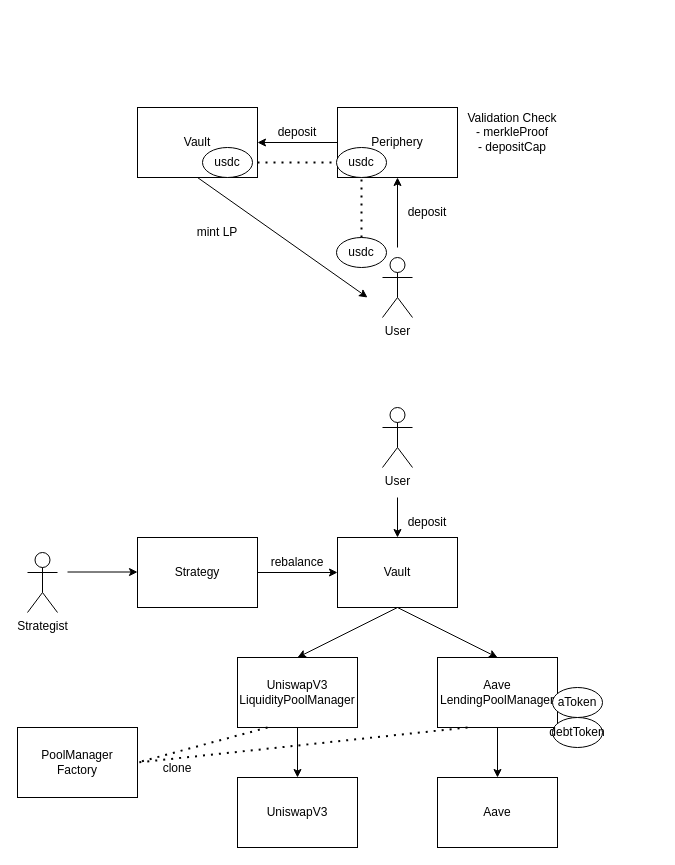
Earlier version of the draw.io diagram page "Overview" (1 of 2) of contracts/overview.drawio (orange-finance/alpha-contract). Source tidied: cells renumbered, new cells numbered last; positions are measured from the earlier drawing's top-left corner, leaving out a move shared by most shapes. Both pictures are drawn from the tidied source at 100%, with x=0, y=0 at pixel (17, 107).
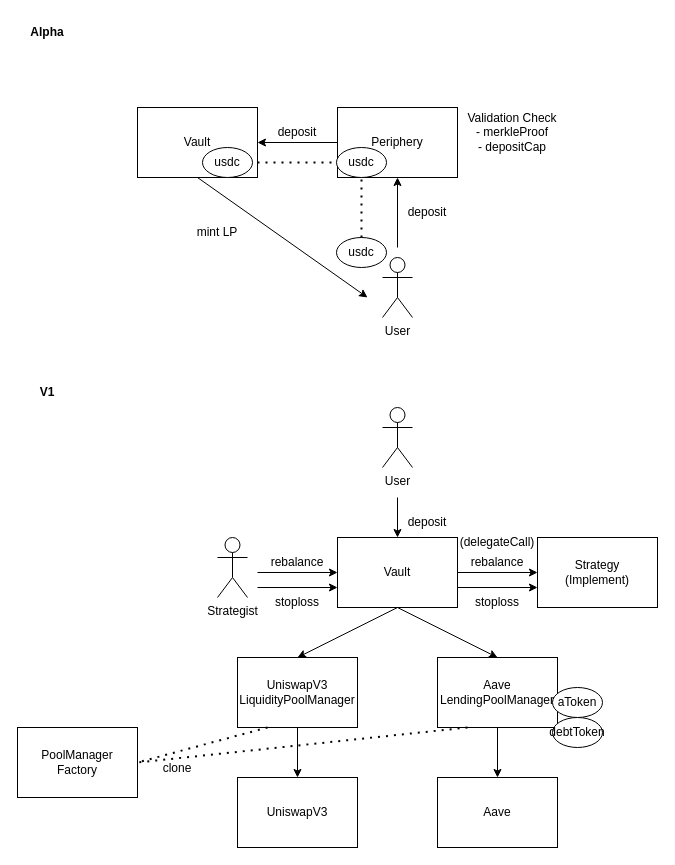
Above is the later version.

The change refers to these unchanged cells:
```xml
<mxCell id="24" value="Vault" style="rounded=0;whiteSpace=wrap;html=1;" parent="1" vertex="1">
  <mxGeometry x="320" y="430" width="120" height="70" as="geometry" />
</mxCell>
```

Diff of the diagram source:
```diff
@@
-    <mxCell id="23" value="Strategy" style="rounded=0;whiteSpace=wrap;html=1;" parent="1" vertex="1">
-      <mxGeometry x="120" y="430" width="120" height="70" as="geometry" />
-    </mxCell>
@@
-    <mxCell id="28" style="endArrow=classic;html=1;entryX=0;entryY=0.5;entryDx=0;entryDy=0;exitX=1;exitY=0.5;exitDx=0;exitDy=0;" parent="1" edge="1" source="23" target="24">
-      <mxGeometry relative="1" as="geometry" />
+    <mxCell id="28" style="endArrow=classic;html=1;entryX=0;entryY=0.5;entryDx=0;entryDy=0;exitX=1;exitY=0.5;exitDx=0;exitDy=0;" parent="1" edge="1" target="24">
+      <mxGeometry relative="1" as="geometry">
+        <mxPoint x="240" y="465" as="sourcePoint" />
+      </mxGeometry>
     </mxCell>
@@
     <mxCell id="31" value="Strategist" style="shape=umlActor;verticalLabelPosition=bottom;verticalAlign=top;html=1;" parent="1" vertex="1">
-      <mxGeometry x="10" y="445" width="30" height="60" as="geometry" />
+      <mxGeometry x="200" y="430" width="30" height="60" as="geometry" />
     </mxCell>
@@
-    <mxCell id="35" style="endArrow=classic;html=1;" parent="1" edge="1">
-      <mxGeometry relative="1" as="geometry">
-        <mxPoint x="50" y="464.5" as="sourcePoint" />
-        <mxPoint x="120" y="464.5" as="targetPoint" />
-      </mxGeometry>
-    </mxCell>
@@
+    <mxCell id="50" value="V1" style="text;html=1;strokeColor=none;fillColor=none;align=center;verticalAlign=middle;whiteSpace=wrap;rounded=0;fontStyle=1;" parent="1" vertex="1">
+      <mxGeometry y="270" width="60" height="30" as="geometry" />
+    </mxCell>
+    <mxCell id="51" value="Alpha" style="text;html=1;strokeColor=none;fillColor=none;align=center;verticalAlign=middle;whiteSpace=wrap;rounded=0;fontStyle=1;" parent="1" vertex="1">
+      <mxGeometry y="-90" width="60" height="30" as="geometry" />
+    </mxCell>
+    <mxCell id="52" value="Strategy&lt;br&gt;(Implement)" style="rounded=0;whiteSpace=wrap;html=1;" parent="1" vertex="1">
+      <mxGeometry x="520" y="430" width="120" height="70" as="geometry" />
+    </mxCell>
+    <mxCell id="53" style="endArrow=classic;html=1;entryX=0;entryY=0.5;entryDx=0;entryDy=0;exitX=1;exitY=0.5;exitDx=0;exitDy=0;" parent="1" edge="1">
+      <mxGeometry relative="1" as="geometry">
+        <mxPoint x="240" y="480" as="sourcePoint" />
+        <mxPoint x="320" y="480" as="targetPoint" />
+      </mxGeometry>
+    </mxCell>
+    <mxCell id="54" value="stoploss" style="text;html=1;strokeColor=none;fillColor=none;align=center;verticalAlign=middle;whiteSpace=wrap;rounded=0;" parent="1" vertex="1">
+      <mxGeometry x="250" y="480" width="60" height="30" as="geometry" />
+    </mxCell>
+    <mxCell id="55" style="endArrow=classic;html=1;entryX=0;entryY=0.5;entryDx=0;entryDy=0;exitX=1;exitY=0.5;exitDx=0;exitDy=0;" parent="1" edge="1">
+      <mxGeometry relative="1" as="geometry">
+        <mxPoint x="440" y="465" as="sourcePoint" />
+        <mxPoint x="520" y="465" as="targetPoint" />
+      </mxGeometry>
+    </mxCell>
+    <mxCell id="56" value="rebalance" style="text;html=1;strokeColor=none;fillColor=none;align=center;verticalAlign=middle;whiteSpace=wrap;rounded=0;" parent="1" vertex="1">
+      <mxGeometry x="450" y="440" width="60" height="30" as="geometry" />
+    </mxCell>
+    <mxCell id="57" style="endArrow=classic;html=1;entryX=0;entryY=0.5;entryDx=0;entryDy=0;exitX=1;exitY=0.5;exitDx=0;exitDy=0;" parent="1" edge="1">
+      <mxGeometry relative="1" as="geometry">
+        <mxPoint x="440" y="480" as="sourcePoint" />
+        <mxPoint x="520" y="480" as="targetPoint" />
+      </mxGeometry>
+    </mxCell>
+    <mxCell id="58" value="stoploss" style="text;html=1;strokeColor=none;fillColor=none;align=center;verticalAlign=middle;whiteSpace=wrap;rounded=0;" parent="1" vertex="1">
+      <mxGeometry x="450" y="480" width="60" height="30" as="geometry" />
+    </mxCell>
+    <mxCell id="59" value="(delegateCall)" style="text;html=1;strokeColor=none;fillColor=none;align=center;verticalAlign=middle;whiteSpace=wrap;rounded=0;" parent="1" vertex="1">
+      <mxGeometry x="450" y="420" width="60" height="30" as="geometry" />
+    </mxCell>
```
